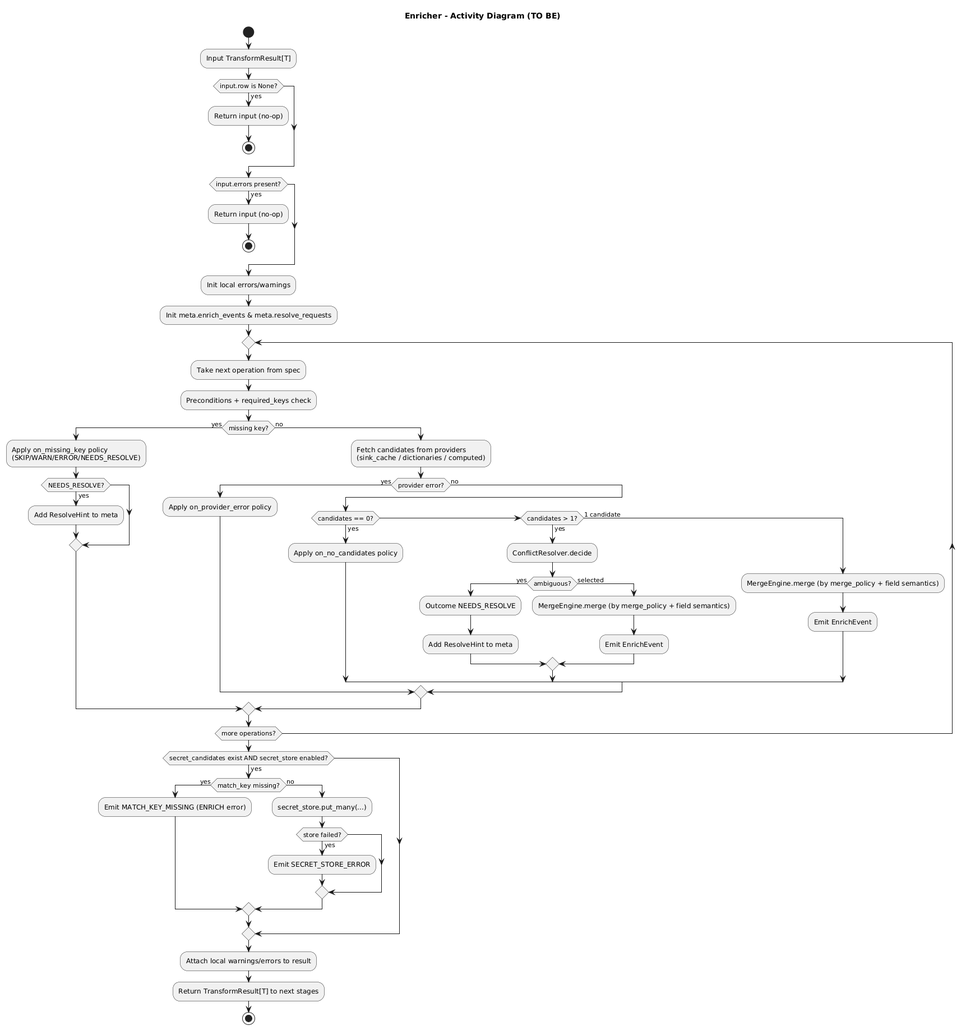
Above: docs/uml/transform/enricher/enricher_activity.png in xORex-LC/nexus-etl (PlantUML), before the change. Its source is kept beside it as docs/uml/transform/enricher/enricher_activity.puml. The source it was exported from:
```plantuml
@startuml
title Enricher - Activity Diagram (TO BE)

start
:Input TransformResult[T];

if (input.row is None?) then (yes)
  :Return input (no-op);
  stop
endif

if (input.errors present?) then (yes)
  :Return input (no-op);
  stop
endif

:Init local errors/warnings;
:Init meta.enrich_events & meta.resolve_requests;

repeat
  :Take next operation from spec;

  :Preconditions + required_keys check;
  if (missing key?) then (yes)
    :Apply on_missing_key policy\n(SKIP/WARN/ERROR/NEEDS_RESOLVE);
    if (NEEDS_RESOLVE?) then (yes)
      :Add ResolveHint to meta;
    endif
  else (no)
    :Fetch candidates from providers\n(sink_cache / dictionaries / computed);
    if (provider error?) then (yes)
      :Apply on_provider_error policy;
    else (no)
      if (candidates == 0?) then (yes)
        :Apply on_no_candidates policy;
      elseif (candidates > 1?) then (yes)
        :ConflictResolver.decide;
        if (ambiguous?) then (yes)
          :Outcome NEEDS_RESOLVE;
          :Add ResolveHint to meta;
        else (selected)
          :MergeEngine.merge (by merge_policy + field semantics);
          :Emit EnrichEvent;
        endif
      else (1 candidate)
        :MergeEngine.merge (by merge_policy + field semantics);
        :Emit EnrichEvent;
      endif
    endif
  endif

repeat while (more operations?)

if (secret_candidates exist AND secret_store enabled?) then (yes)
  if (match_key missing?) then (yes)
    :Emit MATCH_KEY_MISSING (ENRICH error);
  else (no)
    :secret_store.put_many(...);
    if (store failed?) then (yes)
      :Emit SECRET_STORE_ERROR;
    endif
  endif
endif

:Attach local warnings/errors to result;
:Return TransformResult[T] to next stages;
stop

@enduml
```
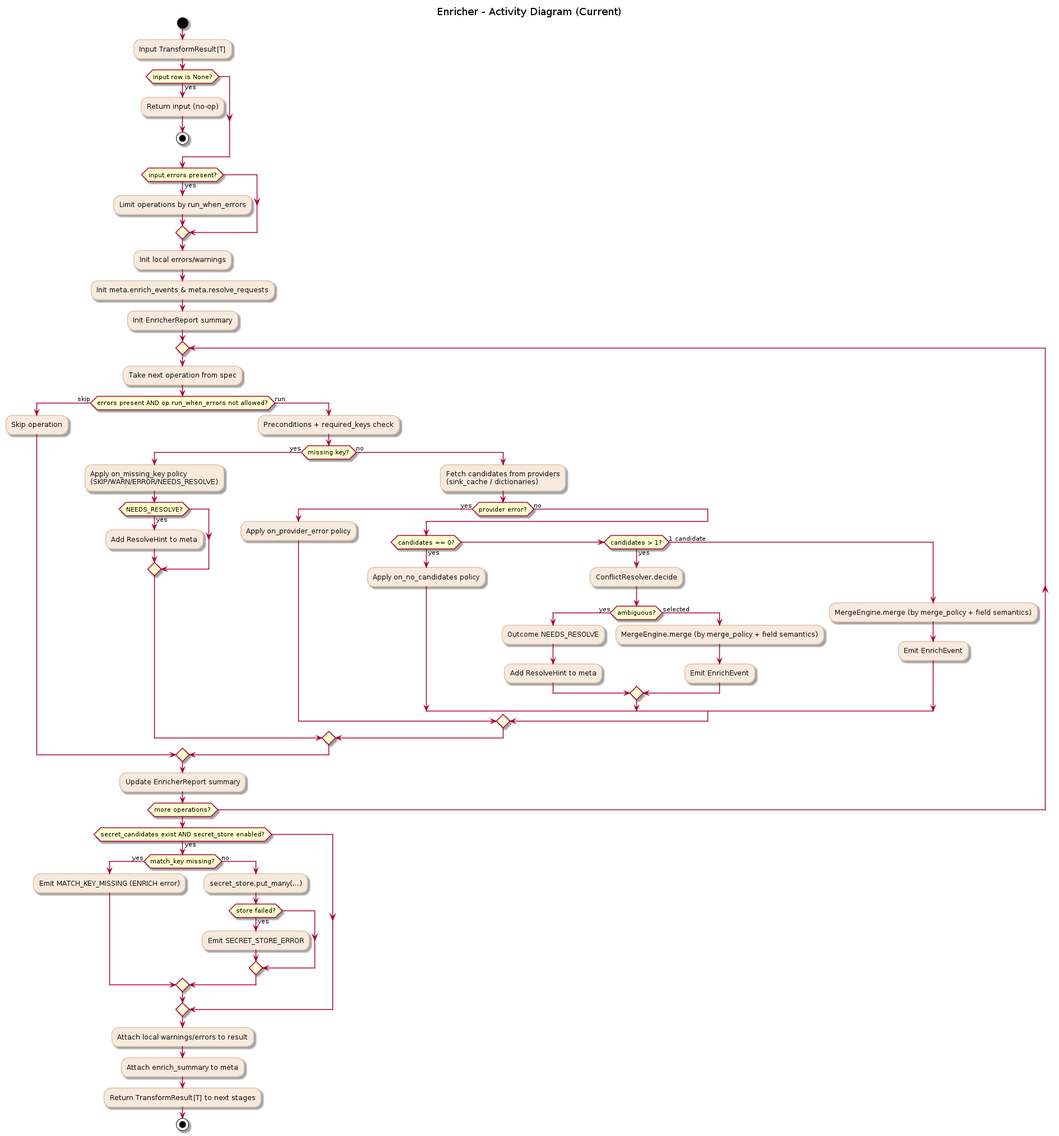
After the change.

What changed in the source:
```diff
@@ -1,5 +1,12 @@
 @startuml
-title Enricher - Activity Diagram (TO BE)
+title Enricher - Activity Diagram (Current)
+skinparam backgroundColor white
+skinparam linetype ortho
+skinparam defaultFontName Arial
+skinparam activity {
+  BackgroundColor #f7e9dc
+  BorderColor #d9c2a8
+}
 
 start
 :Input TransformResult[T];
@@ -10,15 +17,18 @@
 endif
 
 if (input.errors present?) then (yes)
-  :Return input (no-op);
-  stop
+  :Limit operations by run_when_errors;
 endif
 
 :Init local errors/warnings;
 :Init meta.enrich_events & meta.resolve_requests;
+:Init EnricherReport summary;
 
 repeat
   :Take next operation from spec;
+  if (errors present AND op.run_when_errors not allowed?) then (skip)
+    :Skip operation;
+  else (run)
 
   :Preconditions + required_keys check;
   if (missing key?) then (yes)
@@ -27,7 +37,7 @@
       :Add ResolveHint to meta;
     endif
   else (no)
-    :Fetch candidates from providers\n(sink_cache / dictionaries / computed);
+    :Fetch candidates from providers\n(sink_cache / dictionaries);
     if (provider error?) then (yes)
       :Apply on_provider_error policy;
     else (no)
@@ -48,6 +58,9 @@
       endif
     endif
   endif
+  endif
+
+  :Update EnricherReport summary;
 
 repeat while (more operations?)
 
@@ -63,6 +76,7 @@
 endif
 
 :Attach local warnings/errors to result;
+:Attach enrich_summary to meta;
 :Return TransformResult[T] to next stages;
 stop
 
```
